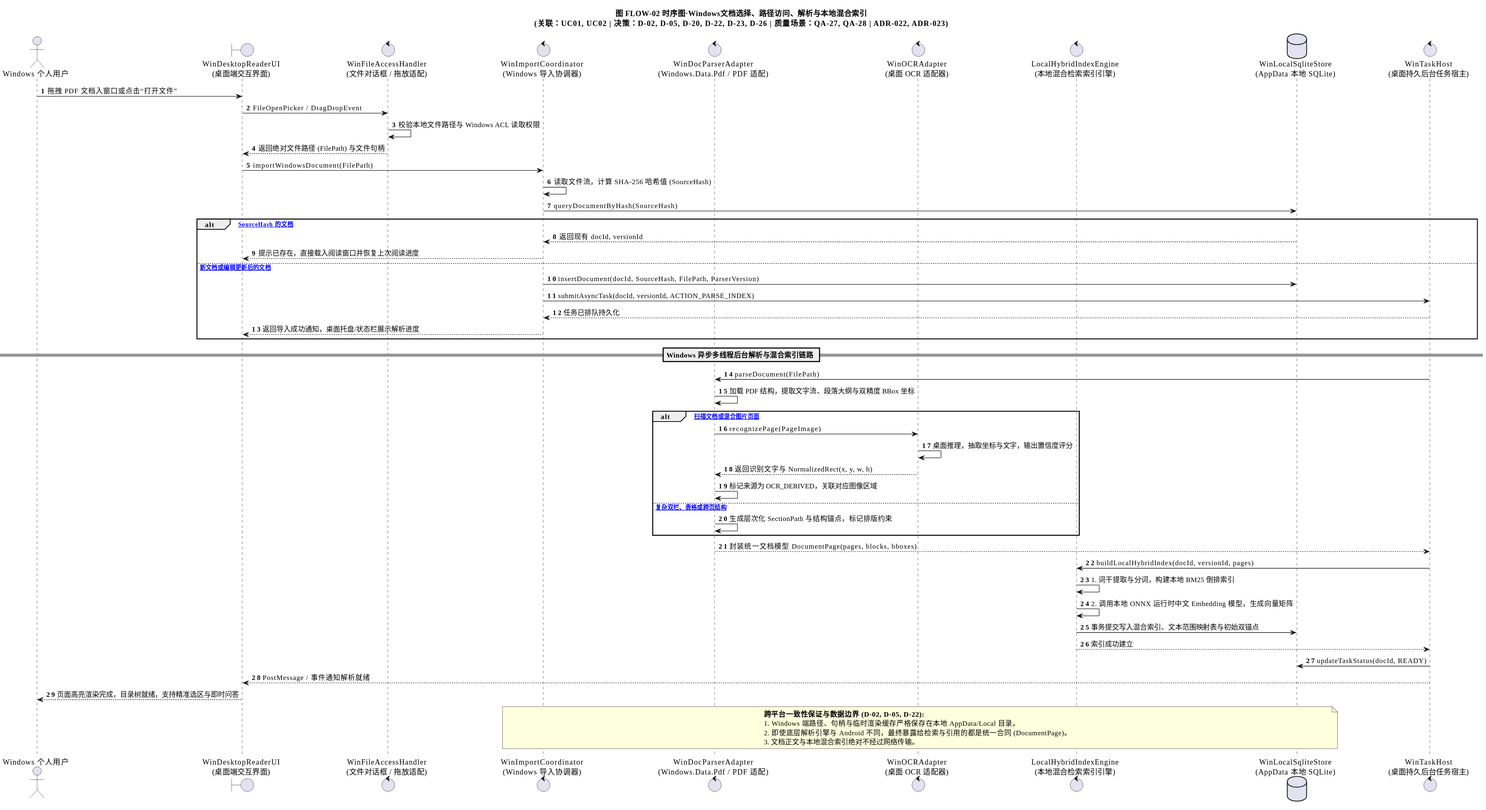
Aut-172/Intelligent-Reader keeps this PlantUML diagram as docs/架构设计/阶段成果-V0.4-双端需求补充/41-架构视图与图件交付包-V1.0/导出图-SVG/FLOW-02-Windows文档选择访问解析与本地索引.svg. Above is the earlier version.
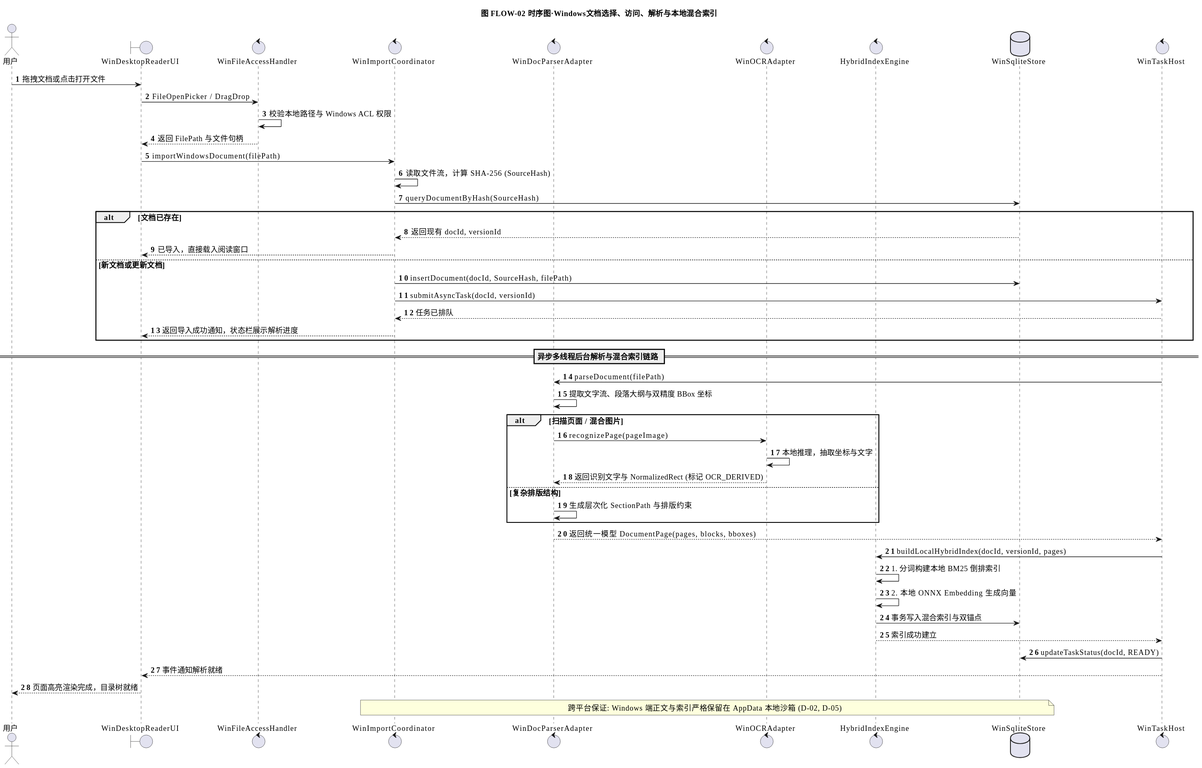
The same diagram one commit later.

The edit, as a diff of the source:
```diff
@@ -1,68 +1,65 @@
 @startuml
-title 图 FLOW-02 时序图·Windows文档选择、路径访问、解析与本地混合索引\n(关联：UC01, UC02 | 决策：D-02, D-05, D-20, D-22, D-23, D-26 | 质量场景：QA-27, QA-28 | ADR-022, ADR-023)
+title 图 FLOW-02 时序图·Windows文档选择、访问、解析与本地混合索引
 autonumber
 skinparam shadowing false
 skinparam defaultFontName Microsoft YaHei
+skinparam defaultFontSize 14
+skinparam ParticipantPadding 10
+skinparam BoxPadding 10
 
-actor "Windows 个人用户" as User
-boundary "WinDesktopReaderUI\n(桌面端交互界面)" as UI
-control "WinFileAccessHandler\n(文件对话框 / 拖放适配)" as WinFile
-control "WinImportCoordinator\n(Windows 导入协调器)" as Coord
-control "WinDocParserAdapter\n(Windows.Data.Pdf / PDF 适配)" as Parser
-control "WinOCRAdapter\n(桌面 OCR 适配器)" as OCR
-control "LocalHybridIndexEngine\n(本地混合检索索引引擎)" as Indexer
-database "WinLocalSqliteStore\n(AppData 本地 SQLite)" as LocalDB
-control "WinTaskHost\n(桌面持久后台任务宿主)" as TaskHost
+actor "用户" as User
+boundary "WinDesktopReaderUI" as UI
+control "WinFileAccessHandler" as WinFile
+control "WinImportCoordinator" as Coord
+control "WinDocParserAdapter" as Parser
+control "WinOCRAdapter" as OCR
+control "HybridIndexEngine" as Indexer
+database "WinSqliteStore" as LocalDB
+control "WinTaskHost" as TaskHost
 
-User -> UI : 拖拽 PDF 文档入窗口或点击“打开文件”
-UI -> WinFile : FileOpenPicker / DragDropEvent
-WinFile -> WinFile : 校验本地文件路径与 Windows ACL 读取权限
-WinFile --> UI : 返回绝对文件路径 (FilePath) 与文件句柄
+User -> UI : 拖拽文档或点击打开文件
+UI -> WinFile : FileOpenPicker / DragDrop
+WinFile -> WinFile : 校验本地路径与 Windows ACL 权限
+WinFile --> UI : 返回 FilePath 与文件句柄
 
-UI -> Coord : importWindowsDocument(FilePath)
-Coord -> Coord : 读取文件流，计算 SHA-256 哈希值 (SourceHash)
+UI -> Coord : importWindowsDocument(filePath)
+Coord -> Coord : 读取文件流，计算 SHA-256 (SourceHash)
 
 Coord -> LocalDB : queryDocumentByHash(SourceHash)
-alt [本地已存在相同 SourceHash 的文档]
+alt 文档已存在
     LocalDB --> Coord : 返回现有 docId, versionId
-    Coord --> UI : 提示已存在，直接载入阅读窗口并恢复上次阅读进度
-else [新文档或编辑更新后的文档]
-    Coord -> LocalDB : insertDocument(docId, SourceHash, FilePath, ParserVersion)
-    Coord -> TaskHost : submitAsyncTask(docId, versionId, ACTION_PARSE_INDEX)
-    TaskHost --> Coord : 任务已排队持久化
-    Coord --> UI : 返回导入成功通知，桌面托盘/状态栏展示解析进度
+    Coord --> UI : 已导入，直接载入阅读窗口
+else 新文档或更新文档
+    Coord -> LocalDB : insertDocument(docId, SourceHash, filePath)
+    Coord -> TaskHost : submitAsyncTask(docId, versionId)
+    TaskHost --> Coord : 任务已排队
+    Coord --> UI : 返回导入成功通知，状态栏展示解析进度
 end
 
-== Windows 异步多线程后台解析与混合索引链路 ==
+== 异步多线程后台解析与混合索引链路 ==
 
-TaskHost -> Parser : parseDocument(FilePath)
-Parser -> Parser : 加载 PDF 结构，提取文字流、段落大纲与双精度 BBox 坐标
+TaskHost -> Parser : parseDocument(filePath)
+Parser -> Parser : 提取文字流、段落大纲与双精度 BBox 坐标
 
-alt [扫描文档或混合图片页面]
-    Parser -> OCR : recognizePage(PageImage)
-    OCR -> OCR : 桌面推理，抽取坐标与文字，输出置信度评分
-    OCR --> Parser : 返回识别文字与 NormalizedRect(x, y, w, h)
-    Parser -> Parser : 标记来源为 OCR_DERIVED，关联对应图像区域
-else [复杂双栏、表格或跨页结构]
-    Parser -> Parser : 生成层次化 SectionPath 与结构锚点，标记排版约束
+alt 扫描页面 / 混合图片
+    Parser -> OCR : recognizePage(pageImage)
+    OCR -> OCR : 本地推理，抽取坐标与文字
+    OCR --> Parser : 返回识别文字与 NormalizedRect (标记 OCR_DERIVED)
+else 复杂排版结构
+    Parser -> Parser : 生成层次化 SectionPath 与排版约束
 end
 
-Parser --> TaskHost : 封装统一文档模型 DocumentPage(pages, blocks, bboxes)
+Parser --> TaskHost : 返回统一模型 DocumentPage(pages, blocks, bboxes)
 
 TaskHost -> Indexer : buildLocalHybridIndex(docId, versionId, pages)
-Indexer -> Indexer : 1. 词干提取与分词，构建本地 BM25 倒排索引
-Indexer -> Indexer : 2. 调用本地 ONNX 运行时中文 Embedding 模型，生成向量矩阵
-Indexer -> LocalDB : 事务提交写入混合索引、文本范围映射表与初始双锚点
+Indexer -> Indexer : 1. 分词构建本地 BM25 倒排索引
+Indexer -> Indexer : 2. 本地 ONNX Embedding 生成向量
+Indexer -> LocalDB : 事务写入混合索引与双锚点
 Indexer --> TaskHost : 索引成功建立
 
 TaskHost -> LocalDB : updateTaskStatus(docId, READY)
-TaskHost --> UI : PostMessage / 事件通知解析就绪
-UI --> User : 页面高亮渲染完成，目录树就绪，支持精准选区与即时问答
+TaskHost --> UI : 事件通知解析就绪
+UI --> User : 页面高亮渲染完成，目录树就绪
 
-note over Coord, LocalDB
-  **跨平台一致性保证与数据边界 (D-02, D-05, D-22):**
-  1. Windows 端路径、句柄与临时渲染缓存严格保存在本地 AppData/Local 目录。
-  2. 即使底层解析引擎与 Android 不同，最终暴露给检索与引用的都是统一合同 (DocumentPage)。
-  3. 文档正文与本地混合索引绝对不经过网络传输。
-end note
+note over Coord, LocalDB : 跨平台保证: Windows 端正文与索引严格保留在 AppData 本地沙箱 (D-02, D-05)
 @enduml
```
